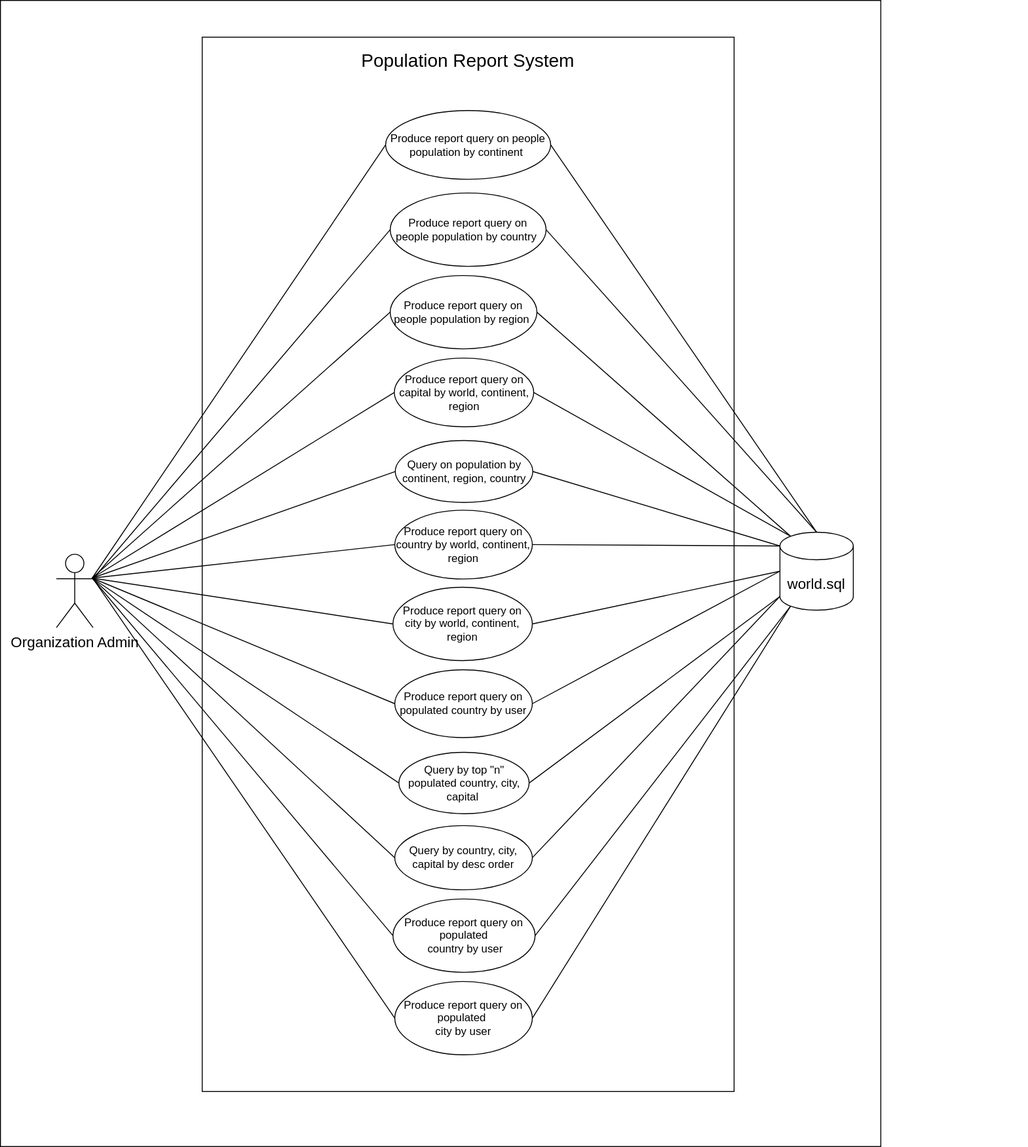
Saw-Yu-Nandar/DevOps_gp4 keeps this draw.io diagram as ProjectGroup4_UML.svg. Above is the earlier version. Source tidied: cells renumbered, new cells last; positions are measured from the earlier drawing's top-left corner, leaving out a move shared by most shapes. Source of this version:
```xml
<mxGraphModel>
  <root>
    <mxCell id="0" />
    <mxCell id="1" parent="0" />
    <mxCell id="2" style="rounded=0;whiteSpace=wrap;html=1;fontSize=16;fillColor=none;" parent="1" vertex="1">
      <mxGeometry width="960" height="1250" as="geometry" />
    </mxCell>
    <mxCell id="3" value="Organization Admin" style="shape=umlActor;verticalLabelPosition=bottom;verticalAlign=top;html=1;outlineConnect=0;fontSize=16;" parent="1" vertex="1">
      <mxGeometry x="61" y="604" width="40" height="80" as="geometry" />
    </mxCell>
    <mxCell id="4" style="rounded=0;whiteSpace=wrap;html=1;" parent="1" vertex="1">
      <mxGeometry x="220" y="40" width="580" height="1150" as="geometry" />
    </mxCell>
    <mxCell id="5" value="Population Report System" style="text;html=1;strokeColor=none;fillColor=none;align=center;verticalAlign=middle;whiteSpace=wrap;rounded=0;fontSize=20;" parent="1" vertex="1">
      <mxGeometry x="220" y="40" width="580" height="50" as="geometry" />
    </mxCell>
    <mxCell id="6" value="world.sql" style="shape=cylinder3;whiteSpace=wrap;html=1;boundedLbl=1;backgroundOutline=1;size=15;fontSize=16;" parent="1" vertex="1">
      <mxGeometry x="850" y="580" width="80" height="85" as="geometry" />
    </mxCell>
    <mxCell id="7" value="Query by country, city, capital by desc order" style="ellipse;whiteSpace=wrap;html=1;fontSize=12;" parent="1" vertex="1">
      <mxGeometry x="430" y="900" width="150" height="70" as="geometry" />
    </mxCell>
    <mxCell id="8" value="Query by top &quot;n&quot; populated country, city, capital&amp;nbsp;" style="ellipse;whiteSpace=wrap;html=1;fontSize=12;" parent="1" vertex="1">
      <mxGeometry x="434.5" y="820" width="142" height="67" as="geometry" />
    </mxCell>
    <mxCell id="9" value="Query on population by continent, region, country" style="ellipse;whiteSpace=wrap;html=1;fontSize=12;" parent="1" vertex="1">
      <mxGeometry x="430.5" y="480" width="150" height="67.5" as="geometry" />
    </mxCell>
    <mxCell id="10" value="Produce report query on populated&lt;br&gt;&amp;nbsp;country by user" style="ellipse;whiteSpace=wrap;html=1;fontSize=12;" parent="1" vertex="1">
      <mxGeometry x="428" y="980" width="155" height="80" as="geometry" />
    </mxCell>
    <mxCell id="11" value="Produce report query&amp;nbsp;on people population by continent&amp;nbsp;" style="ellipse;whiteSpace=wrap;html=1;fontSize=12;" parent="1" vertex="1">
      <mxGeometry x="420" y="120" width="180" height="75" as="geometry" />
    </mxCell>
    <mxCell id="12" value="Produce report query&amp;nbsp;on people population by region&amp;nbsp;" style="ellipse;whiteSpace=wrap;html=1;fontSize=12;" parent="1" vertex="1">
      <mxGeometry x="425" y="300" width="160" height="80" as="geometry" />
    </mxCell>
    <mxCell id="13" value="Produce report query&amp;nbsp;on people population by country&amp;nbsp;" style="ellipse;whiteSpace=wrap;html=1;fontSize=12;" parent="1" vertex="1">
      <mxGeometry x="425" y="210" width="170" height="80" as="geometry" />
    </mxCell>
    <mxCell id="14" value="Produce report query&amp;nbsp;on country by world, continent, region" style="ellipse;whiteSpace=wrap;html=1;fontSize=12;" parent="1" vertex="1">
      <mxGeometry x="430" y="556" width="150" height="75" as="geometry" />
    </mxCell>
    <mxCell id="15" value="Produce report query on city by world, continent, region" style="ellipse;whiteSpace=wrap;html=1;fontSize=12;" parent="1" vertex="1">
      <mxGeometry x="428" y="640" width="152" height="80" as="geometry" />
    </mxCell>
    <mxCell id="16" value="Produce report query on capital by world, continent, region" style="ellipse;whiteSpace=wrap;html=1;fontSize=12;" parent="1" vertex="1">
      <mxGeometry x="429.5" y="390" width="152" height="75" as="geometry" />
    </mxCell>
    <mxCell id="17" value="Produce report query on populated country by user" style="ellipse;whiteSpace=wrap;html=1;fontSize=12;" parent="1" vertex="1">
      <mxGeometry x="430" y="730" width="150" height="74" as="geometry" />
    </mxCell>
    <mxCell id="18" value="Produce report query on populated&amp;nbsp;&lt;br&gt;city by user" style="ellipse;whiteSpace=wrap;html=1;fontSize=12;" parent="1" vertex="1">
      <mxGeometry x="430" y="1070" width="150" height="80" as="geometry" />
    </mxCell>
    <mxCell id="19" style="endArrow=none;html=1;rounded=0;strokeWidth=1;fontSize=16;entryX=0;entryY=0.5;entryDx=0;entryDy=0;" parent="1" edge="1" target="9">
      <mxGeometry relative="1" as="geometry">
        <mxPoint x="100" y="630" as="sourcePoint" />
      </mxGeometry>
    </mxCell>
    <mxCell id="20" style="endArrow=none;html=1;rounded=0;strokeWidth=1;fontSize=16;entryX=0;entryY=0.5;entryDx=0;entryDy=0;" parent="1" edge="1" target="8">
      <mxGeometry relative="1" as="geometry">
        <mxPoint x="100" y="630" as="sourcePoint" />
      </mxGeometry>
    </mxCell>
    <mxCell id="21" style="endArrow=none;html=1;rounded=0;strokeWidth=1;fontSize=16;entryX=0;entryY=0.5;entryDx=0;entryDy=0;" parent="1" edge="1" target="7">
      <mxGeometry relative="1" as="geometry">
        <mxPoint x="100" y="630" as="sourcePoint" />
      </mxGeometry>
    </mxCell>
    <mxCell id="22" style="endArrow=none;html=1;rounded=0;strokeWidth=1;fontSize=16;entryX=0;entryY=0;entryDx=0;entryDy=15;exitX=1;exitY=0.5;exitDx=0;exitDy=0;entryPerimeter=0;" parent="1" edge="1" source="9" target="6">
      <mxGeometry relative="1" as="geometry" />
    </mxCell>
    <mxCell id="23" style="endArrow=none;html=1;rounded=0;strokeWidth=1;fontSize=16;exitX=1;exitY=0.5;exitDx=0;exitDy=0;entryX=0;entryY=1;entryDx=0;entryDy=-15;entryPerimeter=0;" parent="1" edge="1" source="8" target="6">
      <mxGeometry relative="1" as="geometry" />
    </mxCell>
    <mxCell id="24" style="endArrow=none;html=1;rounded=0;strokeWidth=1;fontSize=16;exitX=1;exitY=0.5;exitDx=0;exitDy=0;entryX=0;entryY=1;entryDx=0;entryDy=-15;entryPerimeter=0;" parent="1" edge="1" source="7" target="6">
      <mxGeometry relative="1" as="geometry" />
    </mxCell>
    <mxCell id="25" value="&lt;span style=&quot;caret-color: rgba(0, 0, 0, 0); color: rgba(0, 0, 0, 0); font-family: monospace; font-size: 0px; text-align: start;&quot;&gt;%3CmxGraphModel%3E%3Croot%3E%3CmxCell%20id%3D%220%22%2F%3E%3CmxCell%20id%3D%221%22%20parent%3D%220%22%2F%3E%3CmxCell%20id%3D%222%22%20style%3D%22rounded%3D0%3BorthogonalLoop%3D1%3BjettySize%3Dauto%3Bhtml%3D1%3BstrokeWidth%3D2%3BfontSize%3D16%3Bdashed%3D1%3BentryX%3D0.89%3BentryY%3D0.169%3BentryDx%3D0%3BentryDy%3D0%3BentryPerimeter%3D0%3B%22%20edge%3D%221%22%20parent%3D%221%22%3E%3CmxGeometry%20relative%3D%221%22%20as%3D%22geometry%22%3E%3CmxPoint%20x%3D%22760%22%20y%3D%22249%22%20as%3D%22sourcePoint%22%2F%3E%3CmxPoint%20x%3D%22800%22%20y%3D%22249%22%20as%3D%22targetPoint%22%2F%3E%3C%2FmxGeometry%3E%3C%2FmxCell%3E%3C%2Froot%3E%3C%2FmxGraphModel%3E&lt;/span&gt;" style="text;html=1;align=center;verticalAlign=middle;strokeColor=none;fillColor=none;" parent="1" vertex="1">
      <mxGeometry x="1100" y="335" width="20" height="30" as="geometry" />
    </mxCell>
    <mxCell id="26" style="endArrow=none;html=1;rounded=0;strokeWidth=1;fontSize=16;entryX=0.5;entryY=0;entryDx=0;entryDy=0;exitX=1;exitY=0.5;exitDx=0;exitDy=0;entryPerimeter=0;" parent="1" edge="1" source="11" target="6">
      <mxGeometry relative="1" as="geometry" />
    </mxCell>
    <mxCell id="27" style="endArrow=none;html=1;rounded=0;strokeWidth=1;fontSize=16;entryX=0.5;entryY=0;entryDx=0;entryDy=0;exitX=1;exitY=0.5;exitDx=0;exitDy=0;entryPerimeter=0;" parent="1" edge="1" source="13" target="6">
      <mxGeometry relative="1" as="geometry" />
    </mxCell>
    <mxCell id="28" style="endArrow=none;html=1;rounded=0;strokeWidth=1;fontSize=16;entryX=0.145;entryY=0;entryDx=0;entryDy=4.35;exitX=1;exitY=0.5;exitDx=0;exitDy=0;entryPerimeter=0;" parent="1" edge="1" source="12" target="6">
      <mxGeometry relative="1" as="geometry" />
    </mxCell>
    <mxCell id="29" style="endArrow=none;html=1;rounded=0;strokeWidth=1;fontSize=16;exitX=1;exitY=0.5;exitDx=0;exitDy=0;entryX=0.145;entryY=0;entryDx=0;entryDy=4.35;entryPerimeter=0;" parent="1" edge="1" source="16" target="6">
      <mxGeometry relative="1" as="geometry" />
    </mxCell>
    <mxCell id="30" style="endArrow=none;html=1;rounded=0;strokeWidth=1;fontSize=16;entryX=0;entryY=0;entryDx=0;entryDy=15;exitX=1;exitY=0.5;exitDx=0;exitDy=0;entryPerimeter=0;" parent="1" edge="1" source="14" target="6">
      <mxGeometry relative="1" as="geometry" />
    </mxCell>
    <mxCell id="31" style="endArrow=none;html=1;rounded=0;strokeWidth=1;fontSize=16;entryX=0;entryY=0.5;entryDx=0;entryDy=0;exitX=1;exitY=0.5;exitDx=0;exitDy=0;entryPerimeter=0;" parent="1" edge="1" source="15" target="6">
      <mxGeometry relative="1" as="geometry" />
    </mxCell>
    <mxCell id="32" style="endArrow=none;html=1;rounded=0;strokeWidth=1;fontSize=16;entryX=0;entryY=0.5;entryDx=0;entryDy=0;exitX=1;exitY=0.5;exitDx=0;exitDy=0;entryPerimeter=0;" parent="1" edge="1" source="17" target="6">
      <mxGeometry relative="1" as="geometry" />
    </mxCell>
    <mxCell id="33" style="endArrow=none;html=1;rounded=0;strokeWidth=1;fontSize=16;entryX=0.145;entryY=1;entryDx=0;entryDy=-4.35;exitX=1;exitY=0.5;exitDx=0;exitDy=0;entryPerimeter=0;" parent="1" edge="1" source="10" target="6">
      <mxGeometry relative="1" as="geometry" />
    </mxCell>
    <mxCell id="34" style="endArrow=none;html=1;rounded=0;strokeWidth=1;fontSize=16;entryX=0.145;entryY=1;entryDx=0;entryDy=-4.35;exitX=1;exitY=0.5;exitDx=0;exitDy=0;entryPerimeter=0;" parent="1" edge="1" source="18" target="6">
      <mxGeometry relative="1" as="geometry" />
    </mxCell>
    <mxCell id="35" style="endArrow=none;html=1;rounded=0;strokeWidth=1;fontSize=16;entryX=0;entryY=0.5;entryDx=0;entryDy=0;" parent="1" edge="1" target="11">
      <mxGeometry relative="1" as="geometry">
        <mxPoint x="100" y="630" as="sourcePoint" />
      </mxGeometry>
    </mxCell>
    <mxCell id="36" style="endArrow=none;html=1;rounded=0;strokeWidth=1;fontSize=16;entryX=0;entryY=0.5;entryDx=0;entryDy=0;exitX=1;exitY=0.3333333333333333;exitDx=0;exitDy=0;exitPerimeter=0;" parent="1" edge="1" source="3" target="13">
      <mxGeometry relative="1" as="geometry" />
    </mxCell>
    <mxCell id="37" style="endArrow=none;html=1;rounded=0;strokeWidth=1;fontSize=16;entryX=0;entryY=0.5;entryDx=0;entryDy=0;" parent="1" edge="1" target="12">
      <mxGeometry relative="1" as="geometry">
        <mxPoint x="100" y="630" as="sourcePoint" />
      </mxGeometry>
    </mxCell>
    <mxCell id="38" style="endArrow=none;html=1;rounded=0;strokeWidth=1;fontSize=16;entryX=0;entryY=0.5;entryDx=0;entryDy=0;" parent="1" edge="1" target="16">
      <mxGeometry relative="1" as="geometry">
        <mxPoint x="100" y="630" as="sourcePoint" />
      </mxGeometry>
    </mxCell>
    <mxCell id="39" style="endArrow=none;html=1;rounded=0;strokeWidth=1;fontSize=16;entryX=0;entryY=0.5;entryDx=0;entryDy=0;" parent="1" edge="1" target="14">
      <mxGeometry relative="1" as="geometry">
        <mxPoint x="100" y="630" as="sourcePoint" />
      </mxGeometry>
    </mxCell>
    <mxCell id="40" style="endArrow=none;html=1;rounded=0;strokeWidth=1;fontSize=16;entryX=0;entryY=0.5;entryDx=0;entryDy=0;" parent="1" edge="1" target="15">
      <mxGeometry relative="1" as="geometry">
        <mxPoint x="100" y="630" as="sourcePoint" />
      </mxGeometry>
    </mxCell>
    <mxCell id="41" style="endArrow=none;html=1;rounded=0;strokeWidth=1;fontSize=16;entryX=0;entryY=0.5;entryDx=0;entryDy=0;" parent="1" edge="1" target="17">
      <mxGeometry relative="1" as="geometry">
        <mxPoint x="100" y="630" as="sourcePoint" />
      </mxGeometry>
    </mxCell>
    <mxCell id="42" style="endArrow=none;html=1;rounded=0;strokeWidth=1;fontSize=16;entryX=0;entryY=0.5;entryDx=0;entryDy=0;" parent="1" edge="1" target="10">
      <mxGeometry relative="1" as="geometry">
        <mxPoint x="100" y="630" as="sourcePoint" />
      </mxGeometry>
    </mxCell>
    <mxCell id="43" style="endArrow=none;html=1;rounded=0;strokeWidth=1;fontSize=16;entryX=0;entryY=0.5;entryDx=0;entryDy=0;exitX=1;exitY=0.3333333333333333;exitDx=0;exitDy=0;exitPerimeter=0;" parent="1" edge="1" source="3" target="18">
      <mxGeometry relative="1" as="geometry" />
    </mxCell>
  </root>
</mxGraphModel>
```
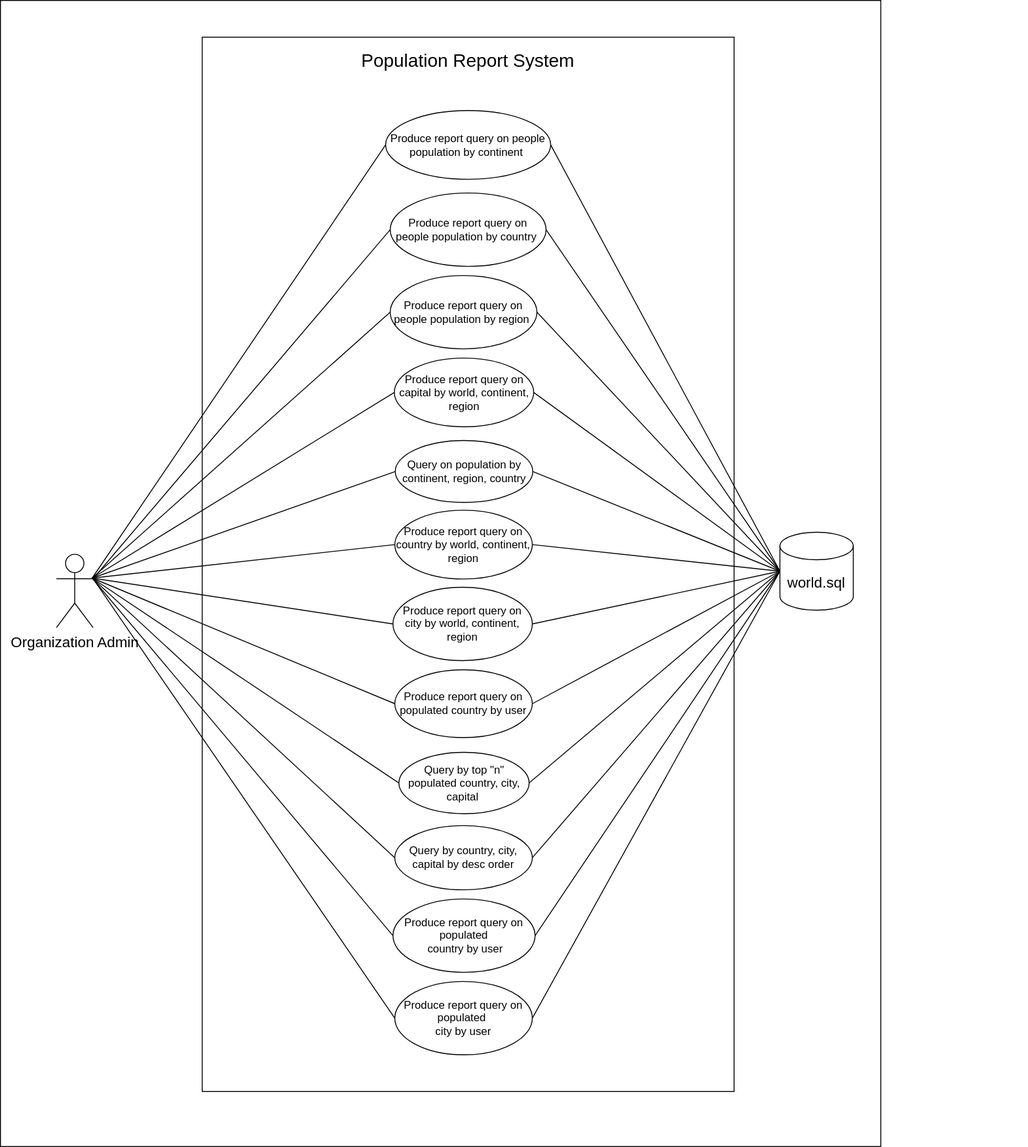
After the change.

What changed in the source:
```diff
@@ -68,31 +68,31 @@
         <mxPoint x="100" y="630" as="sourcePoint" />
       </mxGeometry>
     </mxCell>
-    <mxCell id="22" style="endArrow=none;html=1;rounded=0;strokeWidth=1;fontSize=16;entryX=0;entryY=0;entryDx=0;entryDy=15;exitX=1;exitY=0.5;exitDx=0;exitDy=0;entryPerimeter=0;" parent="1" edge="1" source="9" target="6">
+    <mxCell id="22" style="endArrow=none;html=1;rounded=0;strokeWidth=1;fontSize=16;entryX=0;entryY=0.5;entryDx=0;entryDy=0;exitX=1;exitY=0.5;exitDx=0;exitDy=0;entryPerimeter=0;" parent="1" edge="1" source="9" target="6">
       <mxGeometry relative="1" as="geometry" />
     </mxCell>
-    <mxCell id="23" style="endArrow=none;html=1;rounded=0;strokeWidth=1;fontSize=16;exitX=1;exitY=0.5;exitDx=0;exitDy=0;entryX=0;entryY=1;entryDx=0;entryDy=-15;entryPerimeter=0;" parent="1" edge="1" source="8" target="6">
+    <mxCell id="23" style="endArrow=none;html=1;rounded=0;strokeWidth=1;fontSize=16;exitX=1;exitY=0.5;exitDx=0;exitDy=0;entryX=0;entryY=0.5;entryDx=0;entryDy=0;entryPerimeter=0;" parent="1" edge="1" source="8" target="6">
       <mxGeometry relative="1" as="geometry" />
     </mxCell>
-    <mxCell id="24" style="endArrow=none;html=1;rounded=0;strokeWidth=1;fontSize=16;exitX=1;exitY=0.5;exitDx=0;exitDy=0;entryX=0;entryY=1;entryDx=0;entryDy=-15;entryPerimeter=0;" parent="1" edge="1" source="7" target="6">
+    <mxCell id="24" style="endArrow=none;html=1;rounded=0;strokeWidth=1;fontSize=16;exitX=1;exitY=0.5;exitDx=0;exitDy=0;entryX=0;entryY=0.5;entryDx=0;entryDy=0;entryPerimeter=0;" parent="1" edge="1" source="7" target="6">
       <mxGeometry relative="1" as="geometry" />
     </mxCell>
     <mxCell id="25" value="&lt;span style=&quot;caret-color: rgba(0, 0, 0, 0); color: rgba(0, 0, 0, 0); font-family: monospace; font-size: 0px; text-align: start;&quot;&gt;%3CmxGraphModel%3E%3Croot%3E%3CmxCell%20id%3D%220%22%2F%3E%3CmxCell%20id%3D%221%22%20parent%3D%220%22%2F%3E%3CmxCell%20id%3D%222%22%20style%3D%22rounded%3D0%3BorthogonalLoop%3D1%3BjettySize%3Dauto%3Bhtml%3D1%3BstrokeWidth%3D2%3BfontSize%3D16%3Bdashed%3D1%3BentryX%3D0.89%3BentryY%3D0.169%3BentryDx%3D0%3BentryDy%3D0%3BentryPerimeter%3D0%3B%22%20edge%3D%221%22%20parent%3D%221%22%3E%3CmxGeometry%20relative%3D%221%22%20as%3D%22geometry%22%3E%3CmxPoint%20x%3D%22760%22%20y%3D%22249%22%20as%3D%22sourcePoint%22%2F%3E%3CmxPoint%20x%3D%22800%22%20y%3D%22249%22%20as%3D%22targetPoint%22%2F%3E%3C%2FmxGeometry%3E%3C%2FmxCell%3E%3C%2Froot%3E%3C%2FmxGraphModel%3E&lt;/span&gt;" style="text;html=1;align=center;verticalAlign=middle;strokeColor=none;fillColor=none;" parent="1" vertex="1">
       <mxGeometry x="1100" y="335" width="20" height="30" as="geometry" />
     </mxCell>
-    <mxCell id="26" style="endArrow=none;html=1;rounded=0;strokeWidth=1;fontSize=16;entryX=0.5;entryY=0;entryDx=0;entryDy=0;exitX=1;exitY=0.5;exitDx=0;exitDy=0;entryPerimeter=0;" parent="1" edge="1" source="11" target="6">
+    <mxCell id="26" style="endArrow=none;html=1;rounded=0;strokeWidth=1;fontSize=16;entryX=0;entryY=0.5;entryDx=0;entryDy=0;exitX=1;exitY=0.5;exitDx=0;exitDy=0;entryPerimeter=0;" parent="1" edge="1" source="11" target="6">
       <mxGeometry relative="1" as="geometry" />
     </mxCell>
-    <mxCell id="27" style="endArrow=none;html=1;rounded=0;strokeWidth=1;fontSize=16;entryX=0.5;entryY=0;entryDx=0;entryDy=0;exitX=1;exitY=0.5;exitDx=0;exitDy=0;entryPerimeter=0;" parent="1" edge="1" source="13" target="6">
+    <mxCell id="27" style="endArrow=none;html=1;rounded=0;strokeWidth=1;fontSize=16;entryX=0;entryY=0.5;entryDx=0;entryDy=0;exitX=1;exitY=0.5;exitDx=0;exitDy=0;entryPerimeter=0;" parent="1" edge="1" source="13" target="6">
       <mxGeometry relative="1" as="geometry" />
     </mxCell>
-    <mxCell id="28" style="endArrow=none;html=1;rounded=0;strokeWidth=1;fontSize=16;entryX=0.145;entryY=0;entryDx=0;entryDy=4.35;exitX=1;exitY=0.5;exitDx=0;exitDy=0;entryPerimeter=0;" parent="1" edge="1" source="12" target="6">
+    <mxCell id="28" style="endArrow=none;html=1;rounded=0;strokeWidth=1;fontSize=16;entryX=0;entryY=0.5;entryDx=0;entryDy=0;exitX=1;exitY=0.5;exitDx=0;exitDy=0;entryPerimeter=0;" parent="1" edge="1" source="12" target="6">
       <mxGeometry relative="1" as="geometry" />
     </mxCell>
-    <mxCell id="29" style="endArrow=none;html=1;rounded=0;strokeWidth=1;fontSize=16;exitX=1;exitY=0.5;exitDx=0;exitDy=0;entryX=0.145;entryY=0;entryDx=0;entryDy=4.35;entryPerimeter=0;" parent="1" edge="1" source="16" target="6">
+    <mxCell id="29" style="endArrow=none;html=1;rounded=0;strokeWidth=1;fontSize=16;exitX=1;exitY=0.5;exitDx=0;exitDy=0;entryX=0;entryY=0.5;entryDx=0;entryDy=0;entryPerimeter=0;" parent="1" edge="1" source="16" target="6">
       <mxGeometry relative="1" as="geometry" />
     </mxCell>
-    <mxCell id="30" style="endArrow=none;html=1;rounded=0;strokeWidth=1;fontSize=16;entryX=0;entryY=0;entryDx=0;entryDy=15;exitX=1;exitY=0.5;exitDx=0;exitDy=0;entryPerimeter=0;" parent="1" edge="1" source="14" target="6">
+    <mxCell id="30" style="endArrow=none;html=1;rounded=0;strokeWidth=1;fontSize=16;entryX=0;entryY=0.5;entryDx=0;entryDy=0;exitX=1;exitY=0.5;exitDx=0;exitDy=0;entryPerimeter=0;" parent="1" edge="1" source="14" target="6">
       <mxGeometry relative="1" as="geometry" />
     </mxCell>
     <mxCell id="31" style="endArrow=none;html=1;rounded=0;strokeWidth=1;fontSize=16;entryX=0;entryY=0.5;entryDx=0;entryDy=0;exitX=1;exitY=0.5;exitDx=0;exitDy=0;entryPerimeter=0;" parent="1" edge="1" source="15" target="6">
@@ -101,10 +101,10 @@
     <mxCell id="32" style="endArrow=none;html=1;rounded=0;strokeWidth=1;fontSize=16;entryX=0;entryY=0.5;entryDx=0;entryDy=0;exitX=1;exitY=0.5;exitDx=0;exitDy=0;entryPerimeter=0;" parent="1" edge="1" source="17" target="6">
       <mxGeometry relative="1" as="geometry" />
     </mxCell>
-    <mxCell id="33" style="endArrow=none;html=1;rounded=0;strokeWidth=1;fontSize=16;entryX=0.145;entryY=1;entryDx=0;entryDy=-4.35;exitX=1;exitY=0.5;exitDx=0;exitDy=0;entryPerimeter=0;" parent="1" edge="1" source="10" target="6">
+    <mxCell id="33" style="endArrow=none;html=1;rounded=0;strokeWidth=1;fontSize=16;entryX=0;entryY=0.5;entryDx=0;entryDy=0;exitX=1;exitY=0.5;exitDx=0;exitDy=0;entryPerimeter=0;" parent="1" edge="1" source="10" target="6">
       <mxGeometry relative="1" as="geometry" />
     </mxCell>
-    <mxCell id="34" style="endArrow=none;html=1;rounded=0;strokeWidth=1;fontSize=16;entryX=0.145;entryY=1;entryDx=0;entryDy=-4.35;exitX=1;exitY=0.5;exitDx=0;exitDy=0;entryPerimeter=0;" parent="1" edge="1" source="18" target="6">
+    <mxCell id="34" style="endArrow=none;html=1;rounded=0;strokeWidth=1;fontSize=16;entryX=0;entryY=0.5;entryDx=0;entryDy=0;exitX=1;exitY=0.5;exitDx=0;exitDy=0;entryPerimeter=0;" parent="1" edge="1" source="18" target="6">
       <mxGeometry relative="1" as="geometry" />
     </mxCell>
     <mxCell id="35" style="endArrow=none;html=1;rounded=0;strokeWidth=1;fontSize=16;entryX=0;entryY=0.5;entryDx=0;entryDy=0;" parent="1" edge="1" target="11">
```
